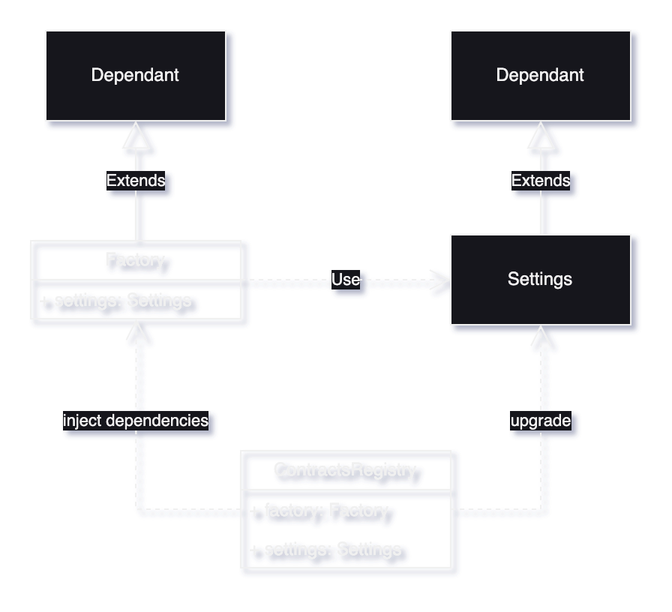
ethereum/ERCs keeps this draw.io diagram as assets/erc-6224/diagram.png. Above is the earlier version. Source tidied: cells renumbered, new cells last; positions are measured from the earlier drawing's top-left corner, leaving out a move shared by most shapes. Its diagram source:
```xml
<mxGraphModel shadow="1">
  <root>
    <mxCell id="0" />
    <mxCell id="1" parent="0" />
    <mxCell id="2" value="Dependant" style="rounded=0;whiteSpace=wrap;html=1;" parent="1" vertex="1">
      <mxGeometry x="10" width="120" height="60" as="geometry" />
    </mxCell>
    <mxCell id="3" value="Factory" style="swimlane;fontStyle=0;horizontal=1;startSize=26;fillColor=none;whiteSpace=wrap;html=1;rounded=0;" parent="1" vertex="1">
      <mxGeometry y="140" width="140" height="52" as="geometry" />
    </mxCell>
    <mxCell id="4" value="+ settings: Settings" style="text;strokeColor=none;fillColor=none;align=left;verticalAlign=top;spacingLeft=4;spacingRight=4;overflow=hidden;points=[[0,0.5],[1,0.5]];portConstraint=eastwest;whiteSpace=wrap;html=1;rounded=0;" parent="3" vertex="1">
      <mxGeometry y="26" width="140" height="26" as="geometry" />
    </mxCell>
    <mxCell id="5" value="Extends" style="endArrow=block;endSize=16;endFill=0;html=1;rounded=0;exitX=0.5;exitY=0;exitDx=0;exitDy=0;entryX=0.5;entryY=1;entryDx=0;entryDy=0;" parent="1" edge="1" source="3" target="2">
      <mxGeometry relative="1" as="geometry" />
    </mxCell>
    <mxCell id="6" value="Dependant" style="rounded=0;whiteSpace=wrap;html=1;" parent="1" vertex="1">
      <mxGeometry x="280" width="120" height="60" as="geometry" />
    </mxCell>
    <mxCell id="7" value="Extends" style="endArrow=block;endSize=16;endFill=0;html=1;rounded=0;exitX=0.5;exitY=0;exitDx=0;exitDy=0;entryX=0.5;entryY=1;entryDx=0;entryDy=0;" parent="1" edge="1" target="6">
      <mxGeometry relative="1" as="geometry">
        <mxPoint x="340" y="140" as="sourcePoint" />
      </mxGeometry>
    </mxCell>
    <mxCell id="8" value="Use" style="endArrow=open;endSize=12;dashed=1;html=1;rounded=0;exitX=1;exitY=0.5;exitDx=0;exitDy=0;entryX=0;entryY=0.5;entryDx=0;entryDy=0;" parent="1" edge="1" source="3" target="13">
      <mxGeometry relative="1" as="geometry" />
    </mxCell>
    <mxCell id="9" value="inject dependencies" style="endArrow=open;endSize=12;dashed=1;html=1;rounded=0;exitX=0;exitY=0.5;exitDx=0;exitDy=0;entryX=0.502;entryY=1.001;entryDx=0;entryDy=0;entryPerimeter=0;" parent="1" edge="1" source="11" target="4">
      <mxGeometry x="0.31" relative="1" as="geometry">
        <Array as="points">
          <mxPoint x="70" y="319" />
        </Array>
      </mxGeometry>
    </mxCell>
    <mxCell id="10" value="ContractsRegistry" style="swimlane;fontStyle=0;horizontal=1;startSize=26;fillColor=none;whiteSpace=wrap;html=1;rounded=0;" parent="1" vertex="1">
      <mxGeometry x="140" y="280" width="140" height="78" as="geometry" />
    </mxCell>
    <mxCell id="11" value="+ factory: Factory" style="text;strokeColor=none;fillColor=none;align=left;verticalAlign=top;spacingLeft=4;spacingRight=4;overflow=hidden;points=[[0,0.5],[1,0.5]];portConstraint=eastwest;whiteSpace=wrap;html=1;rounded=0;" parent="10" vertex="1">
      <mxGeometry y="26" width="140" height="26" as="geometry" />
    </mxCell>
    <mxCell id="12" value="+ settings: Settings" style="text;strokeColor=none;fillColor=none;align=left;verticalAlign=top;spacingLeft=4;spacingRight=4;overflow=hidden;whiteSpace=wrap;html=1;rounded=0;" parent="10" vertex="1">
      <mxGeometry y="52" width="140" height="26" as="geometry" />
    </mxCell>
    <mxCell id="13" value="Settings" style="rounded=0;whiteSpace=wrap;html=1;" parent="1" vertex="1">
      <mxGeometry x="280" y="136" width="120" height="60" as="geometry" />
    </mxCell>
    <mxCell id="14" value="upgrade" style="endArrow=open;endSize=12;dashed=1;html=1;rounded=0;exitX=1;exitY=0.5;exitDx=0;exitDy=0;entryX=0.5;entryY=1;entryDx=0;entryDy=0;" parent="1" edge="1" source="11" target="13">
      <mxGeometry x="0.3" relative="1" as="geometry">
        <Array as="points">
          <mxPoint x="340" y="319" />
        </Array>
      </mxGeometry>
    </mxCell>
  </root>
</mxGraphModel>
```
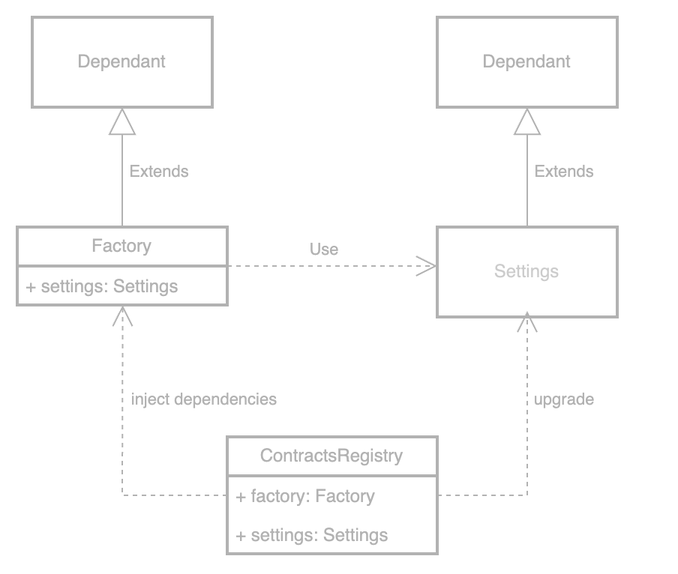
The same diagram one commit later.

Commit message:
fix typos and diagram

Change to the diagram source:
```diff
@@ -1,55 +1,74 @@
-<mxGraphModel shadow="1">
+<mxGraphModel>
   <root>
     <mxCell id="0" />
     <mxCell id="1" parent="0" />
-    <mxCell id="2" value="Dependant" style="rounded=0;whiteSpace=wrap;html=1;" parent="1" vertex="1">
+    <mxCell id="2" value="&lt;font color=&quot;#4d4d4d&quot;&gt;Dependant&lt;/font&gt;" style="rounded=0;whiteSpace=wrap;html=1;fillColor=none;strokeColor=#4D4D4D;fontColor=#333333;perimeterSpacing=0;strokeWidth=2;" parent="1" vertex="1">
       <mxGeometry x="10" width="120" height="60" as="geometry" />
     </mxCell>
-    <mxCell id="3" value="Factory" style="swimlane;fontStyle=0;horizontal=1;startSize=26;fillColor=none;whiteSpace=wrap;html=1;rounded=0;" parent="1" vertex="1">
+    <mxCell id="3" value="&lt;font color=&quot;#4d4d4d&quot;&gt;Factory&lt;/font&gt;" style="swimlane;fontStyle=0;horizontal=1;startSize=26;fillColor=none;whiteSpace=wrap;html=1;rounded=0;strokeWidth=2;strokeColor=#4D4D4D;" parent="1" vertex="1">
       <mxGeometry y="140" width="140" height="52" as="geometry" />
     </mxCell>
-    <mxCell id="4" value="+ settings: Settings" style="text;strokeColor=none;fillColor=none;align=left;verticalAlign=top;spacingLeft=4;spacingRight=4;overflow=hidden;points=[[0,0.5],[1,0.5]];portConstraint=eastwest;whiteSpace=wrap;html=1;rounded=0;" parent="3" vertex="1">
+    <mxCell id="4" value="&lt;font color=&quot;#4d4d4d&quot;&gt;+ settings: Settings&lt;/font&gt;" style="text;strokeColor=none;fillColor=none;align=left;verticalAlign=top;spacingLeft=4;spacingRight=4;overflow=hidden;points=[[0,0.5],[1,0.5]];portConstraint=eastwest;whiteSpace=wrap;html=1;rounded=0;strokeWidth=2;" parent="3" vertex="1">
       <mxGeometry y="26" width="140" height="26" as="geometry" />
     </mxCell>
-    <mxCell id="5" value="Extends" style="endArrow=block;endSize=16;endFill=0;html=1;rounded=0;exitX=0.5;exitY=0;exitDx=0;exitDy=0;entryX=0.5;entryY=1;entryDx=0;entryDy=0;" parent="1" edge="1" source="3" target="2">
+    <mxCell id="5" style="endArrow=block;endSize=16;endFill=0;html=1;rounded=0;exitX=0.5;exitY=0;exitDx=0;exitDy=0;entryX=0.5;entryY=1;entryDx=0;entryDy=0;strokeColor=#4D4D4D;" parent="1" edge="1" source="3" target="2">
       <mxGeometry relative="1" as="geometry" />
     </mxCell>
-    <mxCell id="6" value="Dependant" style="rounded=0;whiteSpace=wrap;html=1;" parent="1" vertex="1">
-      <mxGeometry x="280" width="120" height="60" as="geometry" />
-    </mxCell>
-    <mxCell id="7" value="Extends" style="endArrow=block;endSize=16;endFill=0;html=1;rounded=0;exitX=0.5;exitY=0;exitDx=0;exitDy=0;entryX=0.5;entryY=1;entryDx=0;entryDy=0;" parent="1" edge="1" target="6">
+    <mxCell id="7" value="&lt;font color=&quot;#4d4d4d&quot;&gt;&lt;br&gt;&lt;/font&gt;" style="endArrow=block;endSize=16;endFill=0;html=1;rounded=0;exitX=0.5;exitY=0;exitDx=0;exitDy=0;entryX=0.5;entryY=1;entryDx=0;entryDy=0;strokeColor=#4D4D4D;" parent="1" edge="1">
       <mxGeometry relative="1" as="geometry">
         <mxPoint x="340" y="140" as="sourcePoint" />
+        <mxPoint x="340" y="60" as="targetPoint" />
       </mxGeometry>
     </mxCell>
-    <mxCell id="8" value="Use" style="endArrow=open;endSize=12;dashed=1;html=1;rounded=0;exitX=1;exitY=0.5;exitDx=0;exitDy=0;entryX=0;entryY=0.5;entryDx=0;entryDy=0;" parent="1" edge="1" source="3" target="13">
-      <mxGeometry relative="1" as="geometry" />
+    <mxCell id="8" style="endArrow=open;endSize=12;dashed=1;html=1;rounded=0;exitX=1;exitY=0.5;exitDx=0;exitDy=0;entryX=0;entryY=0.5;entryDx=0;entryDy=0;strokeColor=#4D4D4D;" parent="1" edge="1" source="3">
+      <mxGeometry relative="1" as="geometry">
+        <mxPoint x="280" y="166" as="targetPoint" />
+      </mxGeometry>
     </mxCell>
-    <mxCell id="9" value="inject dependencies" style="endArrow=open;endSize=12;dashed=1;html=1;rounded=0;exitX=0;exitY=0.5;exitDx=0;exitDy=0;entryX=0.502;entryY=1.001;entryDx=0;entryDy=0;entryPerimeter=0;" parent="1" edge="1" source="11" target="4">
+    <mxCell id="9" value="&lt;font color=&quot;#4d4d4d&quot;&gt;&lt;br&gt;&lt;/font&gt;" style="endArrow=open;endSize=12;dashed=1;html=1;rounded=0;exitX=0;exitY=0.5;exitDx=0;exitDy=0;entryX=0.502;entryY=1.001;entryDx=0;entryDy=0;entryPerimeter=0;strokeColor=#4D4D4D;" parent="1" edge="1" source="11" target="4">
       <mxGeometry x="0.31" relative="1" as="geometry">
         <Array as="points">
           <mxPoint x="70" y="319" />
         </Array>
       </mxGeometry>
     </mxCell>
-    <mxCell id="10" value="ContractsRegistry" style="swimlane;fontStyle=0;horizontal=1;startSize=26;fillColor=none;whiteSpace=wrap;html=1;rounded=0;" parent="1" vertex="1">
+    <mxCell id="10" value="&lt;font color=&quot;#4d4d4d&quot;&gt;ContractsRegistry&lt;/font&gt;" style="swimlane;fontStyle=0;horizontal=1;startSize=26;fillColor=none;whiteSpace=wrap;html=1;rounded=0;strokeWidth=2;strokeColor=#4D4D4D;" parent="1" vertex="1">
       <mxGeometry x="140" y="280" width="140" height="78" as="geometry" />
     </mxCell>
-    <mxCell id="11" value="+ factory: Factory" style="text;strokeColor=none;fillColor=none;align=left;verticalAlign=top;spacingLeft=4;spacingRight=4;overflow=hidden;points=[[0,0.5],[1,0.5]];portConstraint=eastwest;whiteSpace=wrap;html=1;rounded=0;" parent="10" vertex="1">
+    <mxCell id="11" value="&lt;font color=&quot;#4d4d4d&quot;&gt;+ factory: Factory&lt;/font&gt;" style="text;strokeColor=none;fillColor=none;align=left;verticalAlign=top;spacingLeft=4;spacingRight=4;overflow=hidden;points=[[0,0.5],[1,0.5]];portConstraint=eastwest;whiteSpace=wrap;html=1;rounded=0;" parent="10" vertex="1">
       <mxGeometry y="26" width="140" height="26" as="geometry" />
     </mxCell>
-    <mxCell id="12" value="+ settings: Settings" style="text;strokeColor=none;fillColor=none;align=left;verticalAlign=top;spacingLeft=4;spacingRight=4;overflow=hidden;whiteSpace=wrap;html=1;rounded=0;" parent="10" vertex="1">
+    <mxCell id="12" value="&lt;font color=&quot;#4d4d4d&quot;&gt;+ settings: Settings&lt;/font&gt;" style="text;strokeColor=none;fillColor=none;align=left;verticalAlign=top;spacingLeft=4;spacingRight=4;overflow=hidden;whiteSpace=wrap;html=1;rounded=0;" parent="10" vertex="1">
       <mxGeometry y="52" width="140" height="26" as="geometry" />
     </mxCell>
+    <mxCell id="14" value="&lt;font color=&quot;#4d4d4d&quot;&gt;&lt;br&gt;&lt;/font&gt;" style="endArrow=open;endSize=12;dashed=1;html=1;rounded=0;exitX=1;exitY=0.5;exitDx=0;exitDy=0;entryX=0.5;entryY=1;entryDx=0;entryDy=0;strokeColor=#4D4D4D;" parent="1" edge="1" source="11">
+      <mxGeometry x="0.3" relative="1" as="geometry">
+        <mxPoint x="340" y="196" as="targetPoint" />
+        <Array as="points">
+          <mxPoint x="340" y="319" />
+        </Array>
+      </mxGeometry>
+    </mxCell>
+    <mxCell id="6" value="&lt;font color=&quot;#4d4d4d&quot;&gt;Dependant&lt;/font&gt;" style="rounded=0;whiteSpace=wrap;html=1;fillColor=none;strokeColor=#4D4D4D;fontColor=#333333;perimeterSpacing=0;strokeWidth=2;fillStyle=solid;" parent="1" vertex="1">
+      <mxGeometry x="280" width="120" height="60" as="geometry" />
+    </mxCell>
-    <mxCell id="13" value="Settings" style="rounded=0;whiteSpace=wrap;html=1;" parent="1" vertex="1">
-      <mxGeometry x="280" y="136" width="120" height="60" as="geometry" />
+    <mxCell id="13" value="Settings" style="rounded=0;whiteSpace=wrap;html=1;fillColor=none;strokeColor=#4D4D4D;fontColor=#333333;perimeterSpacing=0;strokeWidth=2;" parent="1" vertex="1">
+      <mxGeometry x="280" y="140" width="120" height="60" as="geometry" />
     </mxCell>
-    <mxCell id="14" value="upgrade" style="endArrow=open;endSize=12;dashed=1;html=1;rounded=0;exitX=1;exitY=0.5;exitDx=0;exitDy=0;entryX=0.5;entryY=1;entryDx=0;entryDy=0;" parent="1" edge="1" source="11" target="13">
-      <mxGeometry x="0.3" relative="1" as="geometry">
-        <Array as="points">
-          <mxPoint x="340" y="319" />
-        </Array>
-      </mxGeometry>
-    </mxCell>
+    <mxCell id="15" value="&lt;font color=&quot;#4d4d4d&quot; style=&quot;font-size: 11px;&quot;&gt;inject dependencies&lt;/font&gt;" style="text;html=1;strokeColor=none;fillColor=none;align=center;verticalAlign=middle;whiteSpace=wrap;rounded=0;" parent="1" vertex="1">
+      <mxGeometry x="60" y="240" width="130" height="30" as="geometry" />
+    </mxCell>
+    <mxCell id="16" value="&lt;font color=&quot;#4d4d4d&quot; style=&quot;font-size: 11px;&quot;&gt;upgrade&lt;/font&gt;" style="text;html=1;strokeColor=none;fillColor=none;align=center;verticalAlign=middle;whiteSpace=wrap;rounded=0;" parent="1" vertex="1">
+      <mxGeometry x="300" y="240" width="130" height="30" as="geometry" />
+    </mxCell>
+    <mxCell id="17" value="&lt;font color=&quot;#4d4d4d&quot; style=&quot;font-size: 11px;&quot;&gt;Use&lt;/font&gt;" style="text;html=1;strokeColor=none;fillColor=none;align=center;verticalAlign=middle;whiteSpace=wrap;rounded=0;" parent="1" vertex="1">
+      <mxGeometry x="140" y="140" width="130" height="30" as="geometry" />
+    </mxCell>
+    <mxCell id="18" value="&lt;font color=&quot;#4d4d4d&quot; style=&quot;font-size: 11px;&quot;&gt;Extends&lt;/font&gt;" style="text;html=1;strokeColor=none;fillColor=none;align=center;verticalAlign=middle;whiteSpace=wrap;rounded=0;" parent="1" vertex="1">
+      <mxGeometry x="30" y="88" width="130" height="30" as="geometry" />
+    </mxCell>
+    <mxCell id="19" value="&lt;font color=&quot;#4d4d4d&quot; style=&quot;font-size: 11px;&quot;&gt;Extends&lt;/font&gt;" style="text;html=1;strokeColor=none;fillColor=none;align=center;verticalAlign=middle;whiteSpace=wrap;rounded=0;" parent="1" vertex="1">
+      <mxGeometry x="300" y="88" width="130" height="30" as="geometry" />
+    </mxCell>
   </root>
 </mxGraphModel>
```
